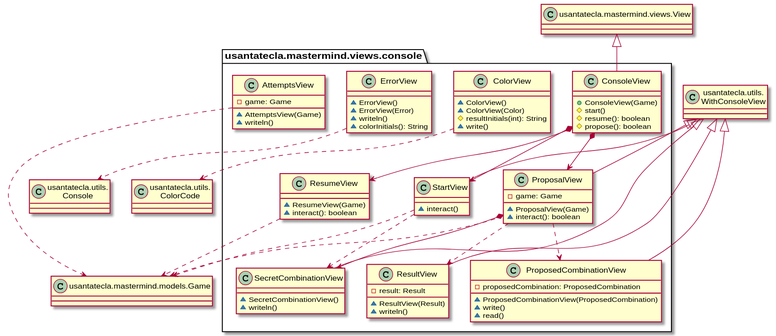
SantaTecla-mastermind/solution.java.swing.socket.sql keeps this PlantUML diagram as documentView/withFactoryMethod/docs/diagrams/out/paquetes/mastermind.view.console.svg. Above is the earlier version.
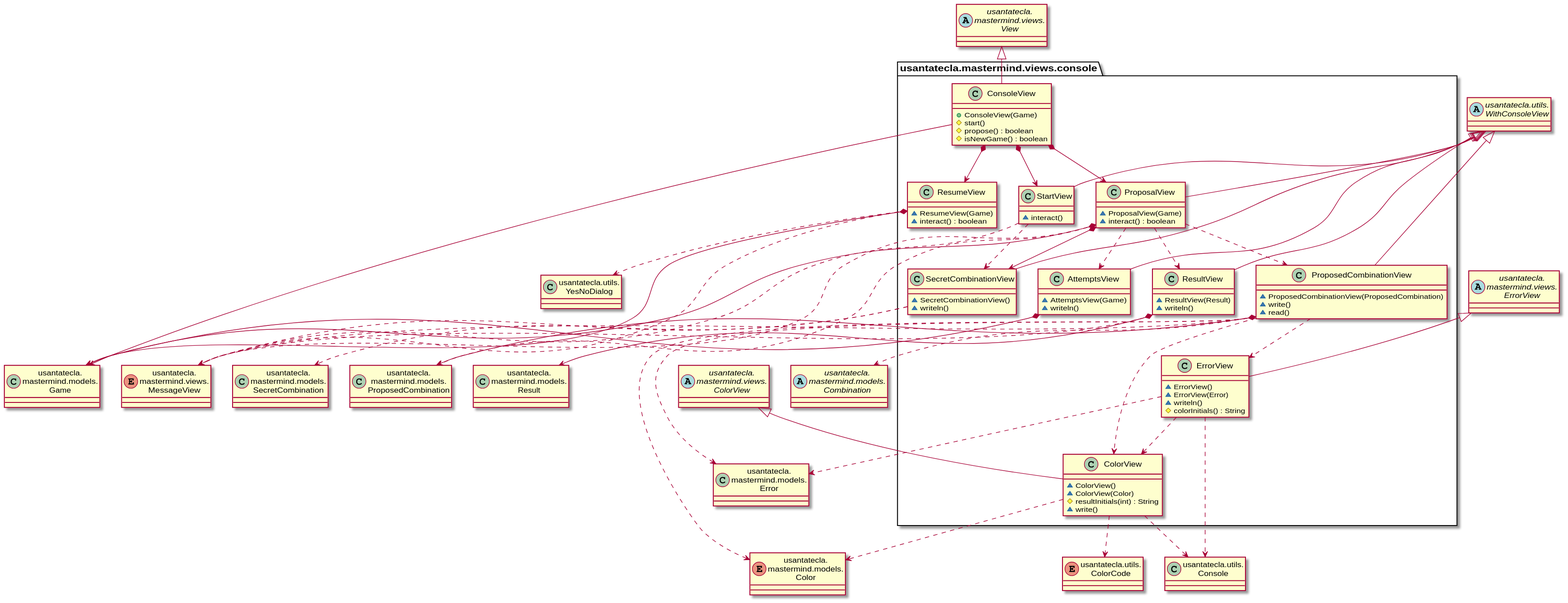
After the change.

Commit message:
documentView.WithoutFactoryMethod diagrams updated

The edit, as a diff of the source:
```diff
@@ -1,99 +1,117 @@
 @startuml
-class WithConsoleView as "usantatecla.utils.\nWithConsoleView"{
+class Game as "usantatecla.\nmastermind.models.\nGame"
+class Error as "usantatecla.\nmastermind.models.\nError"
+class Result as "usantatecla.\nmastermind.models.\nResult"
+enum Color as "usantatecla.\nmastermind.models.\nColor"
+abstract class Combination as "usantatecla.\nmastermind.models.\nCombination"
+class ProposedCombination as "usantatecla.\nmastermind.models.\nProposedCombination"
+class SecretCombination as "usantatecla.\nmastermind.models.\nSecretCombination"
+abstract class View as "usantatecla.\nmastermind.views.\nView"
+abstract class ColorView as "usantatecla.\nmastermind.views.\nColorView"
+abstract class ErrorView as "usantatecla.\nmastermind.views.\nErrorView"
+enum MessageView as "usantatecla.\nmastermind.views.\nMessageView"
+abstract class WithConsoleView as "usantatecla.utils.\nWithConsoleView"
+class Console as "usantatecla.utils.\nConsole"
+class YesNoDialog as "usantatecla.utils.\nYesNoDialog"
+enum ColorCode as "usantatecla.utils.\nColorCode"
+
+class usantatecla.mastermind.views.console.ConsoleView {
+    + ConsoleView(Game)
+    # start()
+    # propose() : boolean
+    # isNewGame() : boolean
+}
+usantatecla.mastermind.views.console.ConsoleView -up-|> View
+usantatecla.mastermind.views.console.ConsoleView *-down-> usantatecla.mastermind.views.console.StartView
+usantatecla.mastermind.views.console.ConsoleView *-down-> usantatecla.mastermind.views.console.ProposalView
+usantatecla.mastermind.views.console.ConsoleView *-down-> usantatecla.mastermind.views.console.ResumeView
+usantatecla.mastermind.views.console.ConsoleView --> Game
+
+class usantatecla.mastermind.views.console.ResumeView {
+    ~ ResumeView(Game)
+    ~ interact() : boolean
+}
+usantatecla.mastermind.views.console.ResumeView *-down-> Game
+usantatecla.mastermind.views.console.ResumeView ..> YesNoDialog
+usantatecla.mastermind.views.console.ResumeView ..> MessageView
+
+class usantatecla.mastermind.views.console.StartView {
+    ~ interact()
+}
+usantatecla.mastermind.views.console.StartView -up-|> WithConsoleView
+usantatecla.mastermind.views.console.StartView ..> MessageView
+usantatecla.mastermind.views.console.StartView ..> usantatecla.mastermind.views.console.SecretCombinationView
+
+class usantatecla.mastermind.views.console.ProposalView {
+    ~ ProposalView(Game)
+    ~ interact() : boolean
 
 }
-class  usantatecla.mastermind.views.console.ConsoleView{
-+ ConsoleView(Game)
-# start()
-# resume(): boolean
-# propose(): boolean
+usantatecla.mastermind.views.console.ProposalView -up-|> WithConsoleView
+usantatecla.mastermind.views.console.ProposalView *-down-> Game
+usantatecla.mastermind.views.console.ProposalView *-down-> usantatecla.mastermind.views.console.SecretCombinationView
+usantatecla.mastermind.views.console.ProposalView ..> ProposedCombination
+usantatecla.mastermind.views.console.ProposalView ..> usantatecla.mastermind.views.console.AttemptsView
+usantatecla.mastermind.views.console.ProposalView ..> usantatecla.mastermind.views.console.ResultView
+usantatecla.mastermind.views.console.ProposalView ..> usantatecla.mastermind.views.console.ProposedCombinationView
+usantatecla.mastermind.views.console.ProposalView ..> MessageView
+
+class usantatecla.mastermind.views.console.ProposedCombinationView {
+    ~ ProposedCombinationView(ProposedCombination)
+    ~ write()
+    ~ read()
 }
+usantatecla.mastermind.views.console.ProposedCombinationView -up-|> WithConsoleView
+usantatecla.mastermind.views.console.ProposedCombinationView *-down-> ProposedCombination
+usantatecla.mastermind.views.console.ProposedCombinationView ..> usantatecla.mastermind.views.console.ErrorView
+usantatecla.mastermind.views.console.ProposedCombinationView ..> usantatecla.mastermind.views.console.ColorView
+usantatecla.mastermind.views.console.ProposedCombinationView ..> Color
+usantatecla.mastermind.views.console.ProposedCombinationView ..> Error
+usantatecla.mastermind.views.console.ProposedCombinationView ..> Combination
+usantatecla.mastermind.views.console.ProposedCombinationView ..> MessageView
 
-class View as "usantatecla.mastermind.views.View"{
+class usantatecla.mastermind.views.console.SecretCombinationView {
+    ~ SecretCombinationView()
+    ~ writeln()
+}
+usantatecla.mastermind.views.console.SecretCombinationView -up-|> WithConsoleView
+usantatecla.mastermind.views.console.SecretCombinationView ..> SecretCombination
+usantatecla.mastermind.views.console.SecretCombinationView ..> MessageView
 
+class usantatecla.mastermind.views.console.ResultView {
+    ~ ResultView(Result)
+    ~ writeln()
 }
-View <|-down- usantatecla.mastermind.views.console.ConsoleView
-usantatecla.mastermind.views.console.ConsoleView *-down-> usantatecla.mastermind.views.console.ProposalView
-usantatecla.mastermind.views.console.ConsoleView *-down-> usantatecla.mastermind.views.console.ResumeView
-usantatecla.mastermind.views.console.ConsoleView *-down-> usantatecla.mastermind.views.console.StartView
+usantatecla.mastermind.views.console.ResultView -up-|> WithConsoleView
+usantatecla.mastermind.views.console.ResultView *-down-> Result
+usantatecla.mastermind.views.console.ResultView ..> MessageView
 
-class  usantatecla.mastermind.views.console.ProposalView{
-- game: Game
-~ ProposalView(Game)
-~ interact(): boolean
+class usantatecla.mastermind.views.console.AttemptsView {
+    ~ AttemptsView(Game)
+    ~ writeln()
 }
+usantatecla.mastermind.views.console.AttemptsView -up-|> WithConsoleView
+usantatecla.mastermind.views.console.AttemptsView *-down-> Game
 
-class Game as "usantatecla.mastermind.models.Game"{
-
-}
-WithConsoleView <|-down- usantatecla.mastermind.views.console.ProposalView
-usantatecla.mastermind.views.console.ProposalView ..> Game
-usantatecla.mastermind.views.console.ProposalView ..> usantatecla.mastermind.views.console.ProposedCombinationView
-usantatecla.mastermind.views.console.ProposalView *-down-> usantatecla.mastermind.views.console.SecretCombinationView
-usantatecla.mastermind.views.console.ProposalView ..> usantatecla.mastermind.views.console.ResultView
-
-class  usantatecla.mastermind.views.console.ProposedCombinationView{
-- proposedCombination: ProposedCombination
-~ ProposedCombinationView(ProposedCombination)
-~ write()
-~ read()
-}
-WithConsoleView <|-down- usantatecla.mastermind.views.console.ProposedCombinationView
-
-class  usantatecla.mastermind.views.console.ResultView{
--result: Result
-~ ResultView(Result)
-~ writeln()
-}
-class  usantatecla.mastermind.views.console.AttemptsView{
-- game: Game
-~ AttemptsView(Game)
-~ writeln()
-}
-WithConsoleView <|-down- usantatecla.mastermind.views.console.ResultView
-
-class  usantatecla.mastermind.views.console.ResumeView{
-~ ResumeView(Game)
-~ interact(): boolean
-}
-usantatecla.mastermind.views.console.ResumeView ..> Game
-
-class  usantatecla.mastermind.views.console.SecretCombinationView{
-~ SecretCombinationView()
-~ writeln()
-}
-
-
-WithConsoleView <|-down- usantatecla.mastermind.views.console.SecretCombinationView
-
-class  usantatecla.mastermind.views.console.StartView{
-~ interact()
-}
-
-class  usantatecla.mastermind.views.console.ErrorView{
-~ ErrorView()
-~ ErrorView(Error)
-~ writeln()
-~ colorInitials(): String
-}
-
-class  usantatecla.mastermind.views.console.ColorView{
+class usantatecla.mastermind.views.console.ColorView {
     ~ ColorView()
     ~ ColorView(Color)
-    # resultInitials(int): String
+    # resultInitials(int) : String
     ~ write()
 }
-class Color as "usantatecla.utils.\nColorCode"{
+usantatecla.mastermind.views.console.ColorView -up-|> ColorView
+usantatecla.mastermind.views.console.ColorView ..> ColorCode
+usantatecla.mastermind.views.console.ColorView ..> Console
+usantatecla.mastermind.views.console.ColorView ..> Color
 
+class usantatecla.mastermind.views.console.ErrorView {
+    ~ ErrorView()
+    ~ ErrorView(Error)
+    ~ writeln()
+    # colorInitials() : String
 }
-
-class Console as "usantatecla.utils.\nConsole"{
-
-}
-usantatecla.mastermind.views.console.ColorView .down-> Color
-usantatecla.mastermind.views.console.ErrorView .down-> Console
-usantatecla.mastermind.views.console.AttemptsView .down-> Game
-WithConsoleView <|-down- usantatecla.mastermind.views.console.StartView
-usantatecla.mastermind.views.console.StartView ..> Game
-usantatecla.mastermind.views.console.StartView..> usantatecla.mastermind.views.console.SecretCombinationView
+usantatecla.mastermind.views.console.ErrorView -up-|> ErrorView
+usantatecla.mastermind.views.console.ErrorView ..> Error
+usantatecla.mastermind.views.console.ErrorView ..> Console
+usantatecla.mastermind.views.console.ErrorView ..> usantatecla.mastermind.views.console.ColorView
 @enduml
```
